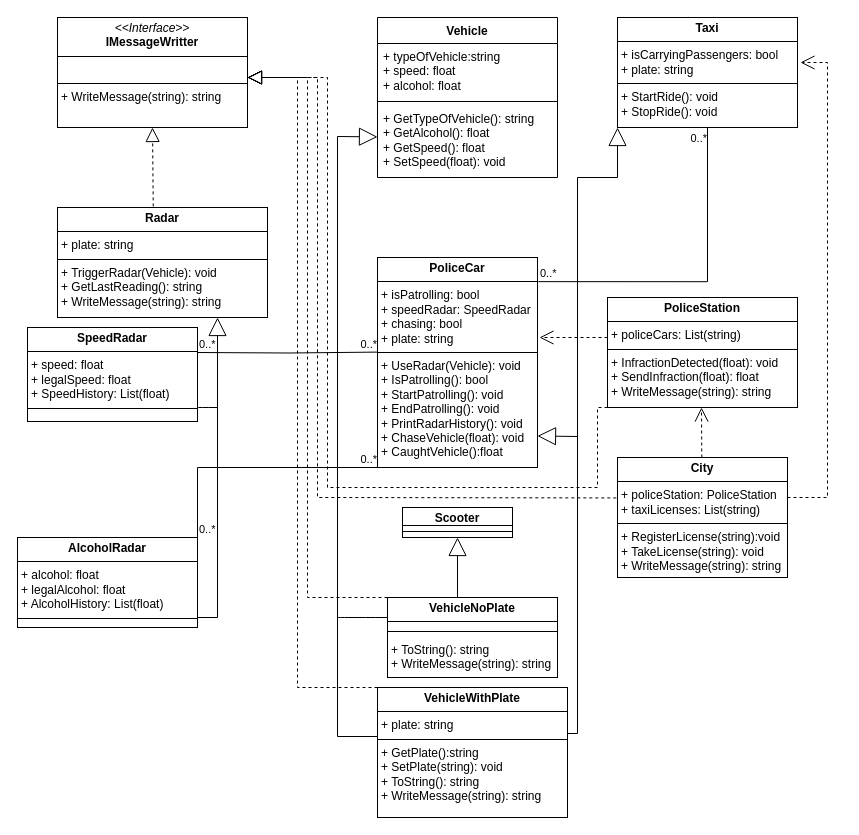
Before: taxi_cop.drawio in Drakit0/Police_car_02, a draw.io diagram. Source tidied: cells renumbered, new cells numbered last; positions are measured from the earlier drawing's top-left corner, leaving out a move shared by most shapes. Both pictures are drawn from the tidied source at 100%, with x=0, y=0 at pixel (17, 17).
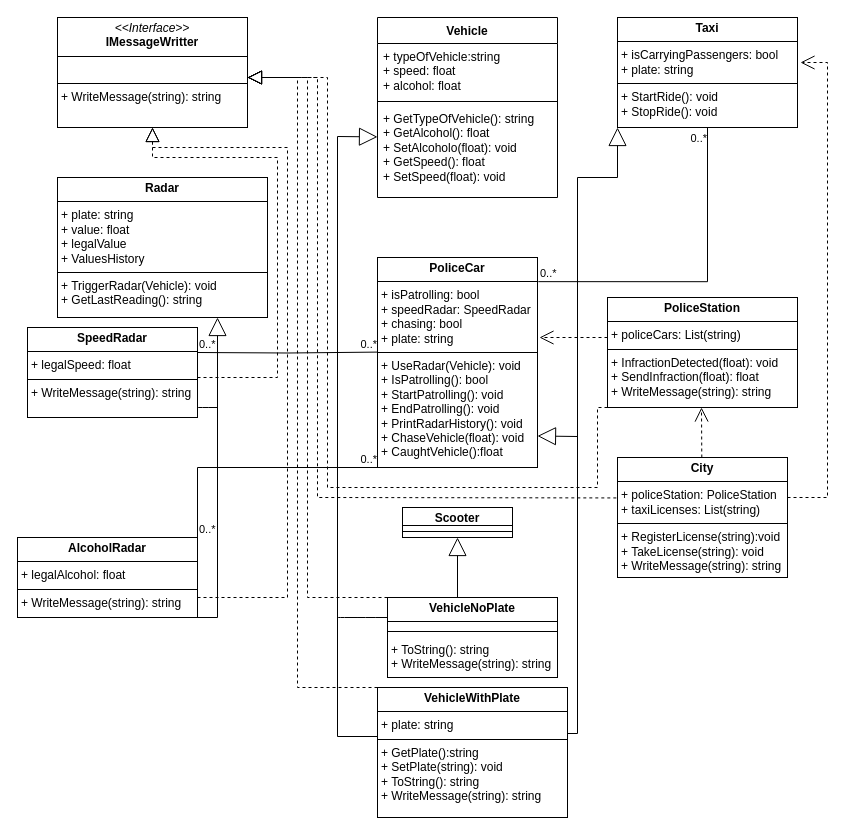
The same diagram, later.

Unchanged cells that the change refers to:
```xml
<mxCell id="4" value="&lt;p style=&quot;margin:0px;margin-top:4px;text-align:center;&quot;&gt;&lt;i&gt;&amp;lt;&amp;lt;Interface&amp;gt;&amp;gt;&lt;/i&gt;&lt;br&gt;&lt;b&gt;IMessageWritter&lt;/b&gt;&lt;/p&gt;&lt;hr size=&quot;1&quot; style=&quot;border-style:solid;&quot;&gt;&lt;p style=&quot;margin:0px;margin-left:4px;&quot;&gt;&lt;br&gt;&lt;/p&gt;&lt;hr size=&quot;1&quot; style=&quot;border-style:solid;&quot;&gt;&lt;p style=&quot;margin:0px;margin-left:4px;&quot;&gt;+ WriteMessage(string): string&lt;/p&gt;" style="verticalAlign=top;align=left;overflow=fill;html=1;whiteSpace=wrap;" parent="1" vertex="1">
  <mxGeometry x="40" width="190" height="110" as="geometry" />
</mxCell>
```

The edit, as a diff of the source:
```diff
@@
     <mxCell id="5" value="Vehicle" style="swimlane;fontStyle=1;align=center;verticalAlign=top;horizontal=1;startSize=26;whiteSpace=wrap;html=1;" parent="1" vertex="1">
-      <mxGeometry x="360" width="180" height="160" as="geometry" />
+      <mxGeometry x="360" width="180" height="180" as="geometry" />
     </mxCell>
@@
-    <mxCell id="8" value="&lt;div&gt;+ GetTypeOfVehicle(): string&lt;/div&gt;&lt;div&gt;+ GetAlcohol(): float&lt;/div&gt;&lt;div&gt;+ GetSpeed(): float&lt;/div&gt;&lt;div&gt;+ SetSpeed(float): void&lt;/div&gt;" style="text;strokeColor=none;fillColor=none;align=left;verticalAlign=top;spacingLeft=4;spacingRight=4;overflow=hidden;whiteSpace=wrap;html=1;" parent="5" vertex="1">
-      <mxGeometry y="88" width="180" height="72" as="geometry" />
+    <mxCell id="8" value="&lt;div&gt;+ GetTypeOfVehicle(): string&lt;/div&gt;&lt;div&gt;+ GetAlcohol(): float&lt;/div&gt;&lt;div&gt;+ SetAlcoholo(float): void&lt;/div&gt;&lt;div&gt;+ GetSpeed(): float&lt;/div&gt;&lt;div&gt;+ SetSpeed(float): void&lt;/div&gt;" style="text;strokeColor=none;fillColor=none;align=left;verticalAlign=top;spacingLeft=4;spacingRight=4;overflow=hidden;whiteSpace=wrap;html=1;" parent="5" vertex="1">
+      <mxGeometry y="88" width="180" height="92" as="geometry" />
     </mxCell>
@@
-    <mxCell id="12" value="&lt;p style=&quot;margin:0px;margin-top:4px;text-align:center;&quot;&gt;&lt;b&gt;Radar&lt;/b&gt;&lt;/p&gt;&lt;hr size=&quot;1&quot; style=&quot;border-style:solid;&quot;&gt;&lt;p style=&quot;margin:0px;margin-left:4px;&quot;&gt;+ plate: string&lt;/p&gt;&lt;hr size=&quot;1&quot; style=&quot;border-style:solid;&quot;&gt;&lt;p style=&quot;margin:0px;margin-left:4px;&quot;&gt;&lt;span style=&quot;background-color: initial;&quot;&gt;+ TriggerRadar(Vehicle): void&lt;/span&gt;&lt;br&gt;&lt;/p&gt;&lt;p style=&quot;margin:0px;margin-left:4px;&quot;&gt;+ GetLastReading(): string&lt;/p&gt;&lt;p style=&quot;margin:0px;margin-left:4px;&quot;&gt;+ WriteMessage(string): string&lt;/p&gt;&lt;p style=&quot;margin: 0px 0px 0px 4px;&quot;&gt;&lt;br&gt;&lt;/p&gt;" style="verticalAlign=top;align=left;overflow=fill;html=1;whiteSpace=wrap;" parent="1" vertex="1">
-      <mxGeometry x="40" y="190" width="210" height="110" as="geometry" />
+    <mxCell id="12" value="&lt;p style=&quot;margin:0px;margin-top:4px;text-align:center;&quot;&gt;&lt;b&gt;Radar&lt;/b&gt;&lt;/p&gt;&lt;hr size=&quot;1&quot; style=&quot;border-style:solid;&quot;&gt;&lt;p style=&quot;margin:0px;margin-left:4px;&quot;&gt;+ plate: string&lt;/p&gt;&lt;p style=&quot;margin:0px;margin-left:4px;&quot;&gt;+ value: float&lt;/p&gt;&lt;p style=&quot;margin:0px;margin-left:4px;&quot;&gt;+ legalValue&lt;/p&gt;&lt;p style=&quot;margin:0px;margin-left:4px;&quot;&gt;+ ValuesHistory&lt;/p&gt;&lt;hr size=&quot;1&quot; style=&quot;border-style:solid;&quot;&gt;&lt;p style=&quot;margin:0px;margin-left:4px;&quot;&gt;&lt;span style=&quot;background-color: initial;&quot;&gt;+ TriggerRadar(Vehicle): void&lt;/span&gt;&lt;br&gt;&lt;/p&gt;&lt;p style=&quot;margin:0px;margin-left:4px;&quot;&gt;+ GetLastReading(): string&lt;/p&gt;&lt;p style=&quot;margin:0px;margin-left:4px;&quot;&gt;&lt;br&gt;&lt;/p&gt;" style="verticalAlign=top;align=left;overflow=fill;html=1;whiteSpace=wrap;" parent="1" vertex="1">
+      <mxGeometry x="40" y="160" width="210" height="140" as="geometry" />
     </mxCell>
@@
-    <mxCell id="15" style="endArrow=block;dashed=1;endFill=0;endSize=12;html=1;rounded=0;entryX=0.5;entryY=1;entryDx=0;entryDy=0;exitX=0.456;exitY=-0.01;exitDx=0;exitDy=0;exitPerimeter=0;" parent="1" edge="1" source="12" target="4">
-      <mxGeometry relative="1" as="geometry" />
+    <mxCell id="15" style="endArrow=block;dashed=1;endFill=0;endSize=12;html=1;rounded=0;entryX=0.5;entryY=1;entryDx=0;entryDy=0;" parent="1" edge="1" target="4">
+      <mxGeometry relative="1" as="geometry">
+        <mxPoint x="180" y="580" as="sourcePoint" />
+        <Array as="points">
+          <mxPoint x="270" y="580" />
+          <mxPoint x="270" y="130" />
+          <mxPoint x="135" y="130" />
+        </Array>
+      </mxGeometry>
     </mxCell>
@@
-    <mxCell id="23" value="&lt;p style=&quot;margin:0px;margin-top:4px;text-align:center;&quot;&gt;&lt;b&gt;SpeedRadar&lt;/b&gt;&lt;/p&gt;&lt;hr size=&quot;1&quot; style=&quot;border-style:solid;&quot;&gt;&lt;p style=&quot;margin: 0px 0px 0px 4px;&quot;&gt;+ speed: float&lt;/p&gt;&lt;p style=&quot;margin: 0px 0px 0px 4px;&quot;&gt;+ legalSpeed: float&lt;/p&gt;&lt;p style=&quot;margin: 0px 0px 0px 4px;&quot;&gt;+ SpeedHistory: List(float)&lt;/p&gt;&lt;hr size=&quot;1&quot; style=&quot;border-style:solid;&quot;&gt;&lt;p style=&quot;margin:0px;margin-left:4px;&quot;&gt;&lt;br&gt;&lt;/p&gt;" style="verticalAlign=top;align=left;overflow=fill;html=1;whiteSpace=wrap;" parent="1" vertex="1">
-      <mxGeometry x="10" y="310" width="170" height="94" as="geometry" />
+    <mxCell id="23" value="&lt;p style=&quot;margin:0px;margin-top:4px;text-align:center;&quot;&gt;&lt;b&gt;SpeedRadar&lt;/b&gt;&lt;/p&gt;&lt;hr size=&quot;1&quot; style=&quot;border-style:solid;&quot;&gt;&lt;p style=&quot;margin: 0px 0px 0px 4px;&quot;&gt;&lt;span style=&quot;background-color: initial;&quot;&gt;+ legalSpeed: float&lt;/span&gt;&lt;/p&gt;&lt;hr size=&quot;1&quot; style=&quot;border-style:solid;&quot;&gt;&lt;p style=&quot;margin:0px;margin-left:4px;&quot;&gt;+ WriteMessage(string): string&lt;/p&gt;" style="verticalAlign=top;align=left;overflow=fill;html=1;whiteSpace=wrap;" parent="1" vertex="1">
+      <mxGeometry x="10" y="310" width="170" height="90" as="geometry" />
     </mxCell>
@@
-    <mxCell id="28" value="&lt;p style=&quot;margin:0px;margin-top:4px;text-align:center;&quot;&gt;&lt;b&gt;AlcoholRadar&lt;/b&gt;&lt;/p&gt;&lt;hr size=&quot;1&quot; style=&quot;border-style:solid;&quot;&gt;&lt;p style=&quot;margin: 0px 0px 0px 4px;&quot;&gt;+ alcohol: float&lt;/p&gt;&lt;p style=&quot;margin: 0px 0px 0px 4px;&quot;&gt;+ legalAlcohol: float&lt;/p&gt;&lt;p style=&quot;margin: 0px 0px 0px 4px;&quot;&gt;+ AlcoholHistory: List(float)&lt;/p&gt;&lt;hr size=&quot;1&quot; style=&quot;border-style:solid;&quot;&gt;&lt;p style=&quot;margin:0px;margin-left:4px;&quot;&gt;&lt;br&gt;&lt;/p&gt;" style="verticalAlign=top;align=left;overflow=fill;html=1;whiteSpace=wrap;" parent="1" vertex="1">
-      <mxGeometry y="520" width="180" height="90" as="geometry" />
+    <mxCell id="28" value="&lt;p style=&quot;margin:0px;margin-top:4px;text-align:center;&quot;&gt;&lt;b&gt;AlcoholRadar&lt;/b&gt;&lt;/p&gt;&lt;hr size=&quot;1&quot; style=&quot;border-style:solid;&quot;&gt;&lt;p style=&quot;margin: 0px 0px 0px 4px;&quot;&gt;&lt;span style=&quot;background-color: initial;&quot;&gt;+ legalAlcohol: float&lt;/span&gt;&lt;/p&gt;&lt;hr size=&quot;1&quot; style=&quot;border-style:solid;&quot;&gt;&lt;p style=&quot;margin:0px;margin-left:4px;&quot;&gt;+ WriteMessage(string): string&lt;/p&gt;" style="verticalAlign=top;align=left;overflow=fill;html=1;whiteSpace=wrap;" parent="1" vertex="1">
+      <mxGeometry y="520" width="180" height="80" as="geometry" />
     </mxCell>
@@
+    <mxCell id="48" style="endArrow=block;dashed=1;endFill=0;endSize=12;html=1;rounded=0;entryX=0.5;entryY=1;entryDx=0;entryDy=0;" parent="1" edge="1" target="4">
+      <mxGeometry relative="1" as="geometry">
+        <mxPoint x="180" y="360" as="sourcePoint" />
+        <Array as="points">
+          <mxPoint x="260" y="360" />
+          <mxPoint x="260" y="140" />
+          <mxPoint x="135" y="140" />
+        </Array>
+      </mxGeometry>
+    </mxCell>
```
